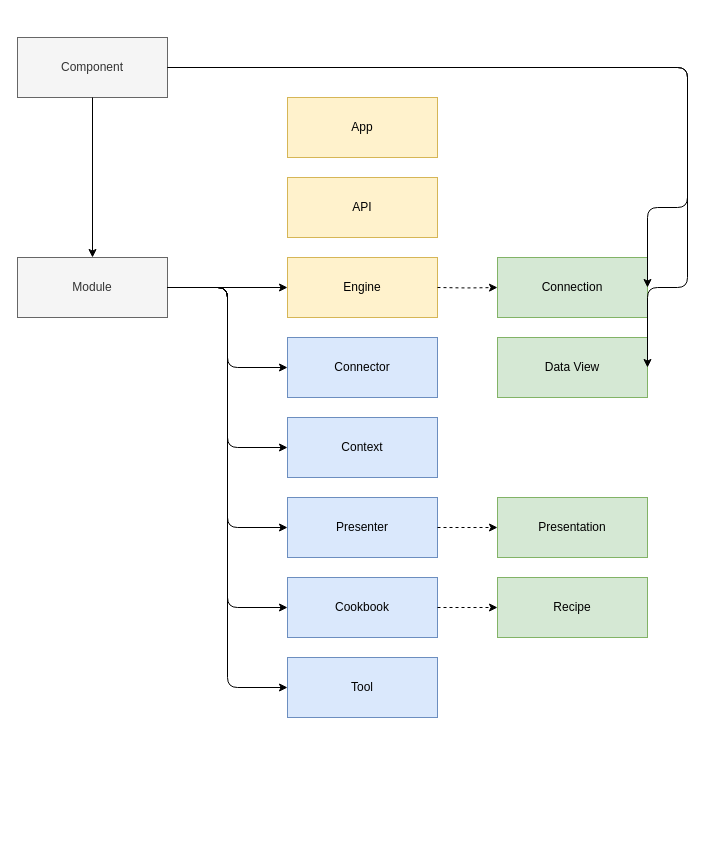
This is schematic.drawio from dpuse/dpuse-shared, a draw.io file, before an edit. Source tidied: cells renumbered, new cells numbered last; positions are measured from the earlier drawing's top-left corner, leaving out a move shared by most shapes. Both pictures are drawn from the tidied source at 100%, with x=0, y=0 at pixel (17, 37).
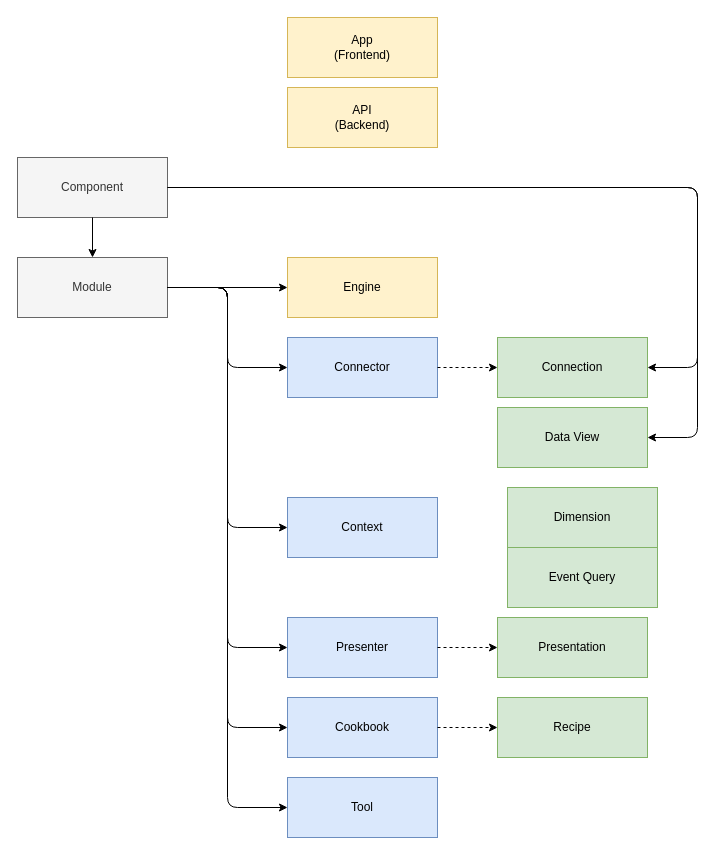
Above is the later version.

Unchanged cells that the change refers to:
```xml
<mxCell id="9" value="Connector" style="rounded=0;whiteSpace=wrap;html=1;fillColor=#dae8fc;strokeColor=#6c8ebf;" parent="1" vertex="1">
  <mxGeometry x="270" y="300" width="150" height="60" as="geometry" />
</mxCell>
```

Diff of the diagram source:
```diff
@@
     <mxCell id="2" value="Component" style="rounded=0;whiteSpace=wrap;html=1;fillColor=#f5f5f5;strokeColor=#666666;fontColor=#333333;" parent="1" vertex="1">
-      <mxGeometry width="150" height="60" as="geometry" />
+      <mxGeometry y="120" width="150" height="60" as="geometry" />
     </mxCell>
@@
     <mxCell id="4" value="Connection" style="rounded=0;whiteSpace=wrap;html=1;fillColor=#d5e8d4;strokeColor=#82b366;" parent="1" vertex="1">
-      <mxGeometry x="480" y="220" width="150" height="60" as="geometry" />
+      <mxGeometry x="480" y="300" width="150" height="60" as="geometry" />
     </mxCell>
     <mxCell id="5" value="Context" style="rounded=0;whiteSpace=wrap;html=1;fillColor=#dae8fc;strokeColor=#6c8ebf;" parent="1" vertex="1">
-      <mxGeometry x="270" y="380" width="150" height="60" as="geometry" />
+      <mxGeometry x="270" y="460" width="150" height="60" as="geometry" />
     </mxCell>
     <mxCell id="6" value="Cookbook" style="rounded=0;whiteSpace=wrap;html=1;fillColor=#dae8fc;strokeColor=#6c8ebf;" parent="1" vertex="1">
-      <mxGeometry x="270" y="540" width="150" height="60" as="geometry" />
+      <mxGeometry x="270" y="660" width="150" height="60" as="geometry" />
     </mxCell>
@@
     <mxCell id="8" value="Presenter" style="rounded=0;whiteSpace=wrap;html=1;fillColor=#dae8fc;strokeColor=#6c8ebf;" parent="1" vertex="1">
-      <mxGeometry x="270" y="460" width="150" height="60" as="geometry" />
+      <mxGeometry x="270" y="580" width="150" height="60" as="geometry" />
     </mxCell>
@@
     <mxCell id="10" style="endArrow=classic;startArrow=none;html=1;exitX=1;exitY=0.5;exitDx=0;exitDy=0;entryX=1;entryY=0.5;entryDx=0;entryDy=0;startFill=0;edgeStyle=orthogonalEdgeStyle;" parent="1" edge="1" source="2" target="4">
       <mxGeometry relative="1" as="geometry">
         <Array as="points">
-          <mxPoint x="670" y="30" />
-          <mxPoint x="670" y="170" />
+          <mxPoint x="680" y="150" />
+          <mxPoint x="680" y="330" />
         </Array>
       </mxGeometry>
     </mxCell>
@@
-    <mxCell id="17" style="endArrow=classic;startArrow=none;html=1;entryX=0;entryY=0.5;entryDx=0;entryDy=0;startFill=0;edgeStyle=orthogonalEdgeStyle;dashed=1;" parent="1" edge="1" target="4">
-      <mxGeometry relative="1" as="geometry">
-        <mxPoint x="420" y="250" as="sourcePoint" />
-      </mxGeometry>
+    <mxCell id="17" style="endArrow=classic;startArrow=none;html=1;entryX=0;entryY=0.5;entryDx=0;entryDy=0;startFill=0;edgeStyle=orthogonalEdgeStyle;dashed=1;exitX=1;exitY=0.5;exitDx=0;exitDy=0;" parent="1" edge="1" source="9" target="4">
+      <mxGeometry relative="1" as="geometry" />
     </mxCell>
     <mxCell id="18" value="Data View" style="rounded=0;whiteSpace=wrap;html=1;fillColor=#d5e8d4;strokeColor=#82b366;" parent="1" vertex="1">
-      <mxGeometry x="480" y="300" width="150" height="60" as="geometry" />
+      <mxGeometry x="480" y="370" width="150" height="60" as="geometry" />
     </mxCell>
-    <mxCell id="19" style="endArrow=classic;startArrow=none;html=1;exitX=1;exitY=0.5;exitDx=0;exitDy=0;entryX=1;entryY=0.5;entryDx=0;entryDy=0;startFill=0;edgeStyle=orthogonalEdgeStyle;" parent="1" edge="1" source="2" target="18">
+    <mxCell id="19" style="endArrow=classic;startArrow=none;html=1;exitX=1;exitY=0.5;exitDx=0;exitDy=0;startFill=0;edgeStyle=orthogonalEdgeStyle;entryX=1;entryY=0.5;entryDx=0;entryDy=0;" parent="1" edge="1" source="2" target="18">
       <mxGeometry relative="1" as="geometry">
         <Array as="points">
-          <mxPoint x="670" y="30" />
-          <mxPoint x="670" y="250" />
+          <mxPoint x="680" y="150" />
+          <mxPoint x="680" y="400" />
         </Array>
       </mxGeometry>
     </mxCell>
     <mxCell id="20" value="Tool" style="rounded=0;whiteSpace=wrap;html=1;fillColor=#dae8fc;strokeColor=#6c8ebf;" parent="1" vertex="1">
-      <mxGeometry x="270" y="620" width="150" height="60" as="geometry" />
+      <mxGeometry x="270" y="740" width="150" height="60" as="geometry" />
     </mxCell>
@@
     <mxCell id="22" value="Presentation" style="rounded=0;whiteSpace=wrap;html=1;fillColor=#d5e8d4;strokeColor=#82b366;" parent="1" vertex="1">
-      <mxGeometry x="480" y="460" width="150" height="60" as="geometry" />
+      <mxGeometry x="480" y="580" width="150" height="60" as="geometry" />
     </mxCell>
     <mxCell id="23" value="Recipe" style="rounded=0;whiteSpace=wrap;html=1;fillColor=#d5e8d4;strokeColor=#82b366;" parent="1" vertex="1">
-      <mxGeometry x="480" y="540" width="150" height="60" as="geometry" />
+      <mxGeometry x="480" y="660" width="150" height="60" as="geometry" />
     </mxCell>
@@
-    <mxCell id="26" value="App" style="rounded=0;whiteSpace=wrap;html=1;fillColor=#fff2cc;strokeColor=#d6b656;" parent="1" vertex="1">
-      <mxGeometry x="270" y="60" width="150" height="60" as="geometry" />
+    <mxCell id="26" value="App&lt;div&gt;(Frontend)&lt;/div&gt;" style="rounded=0;whiteSpace=wrap;html=1;fillColor=#fff2cc;strokeColor=#d6b656;" parent="1" vertex="1">
+      <mxGeometry x="270" y="-20" width="150" height="60" as="geometry" />
     </mxCell>
-    <mxCell id="27" value="API" style="rounded=0;whiteSpace=wrap;html=1;fillColor=#fff2cc;strokeColor=#d6b656;" parent="1" vertex="1">
-      <mxGeometry x="270" y="140" width="150" height="60" as="geometry" />
+    <mxCell id="27" value="API&lt;div&gt;(Backend)&lt;/div&gt;" style="rounded=0;whiteSpace=wrap;html=1;fillColor=#fff2cc;strokeColor=#d6b656;" parent="1" vertex="1">
+      <mxGeometry x="270" y="50" width="150" height="60" as="geometry" />
     </mxCell>
+    <mxCell id="28" value="Event Query" style="rounded=0;whiteSpace=wrap;html=1;fillColor=#d5e8d4;strokeColor=#82b366;" parent="1" vertex="1">
+      <mxGeometry x="490" y="510" width="150" height="60" as="geometry" />
+    </mxCell>
+    <mxCell id="29" value="Dimension" style="rounded=0;whiteSpace=wrap;html=1;fillColor=#d5e8d4;strokeColor=#82b366;" parent="1" vertex="1">
+      <mxGeometry x="490" y="450" width="150" height="60" as="geometry" />
+    </mxCell>
```
